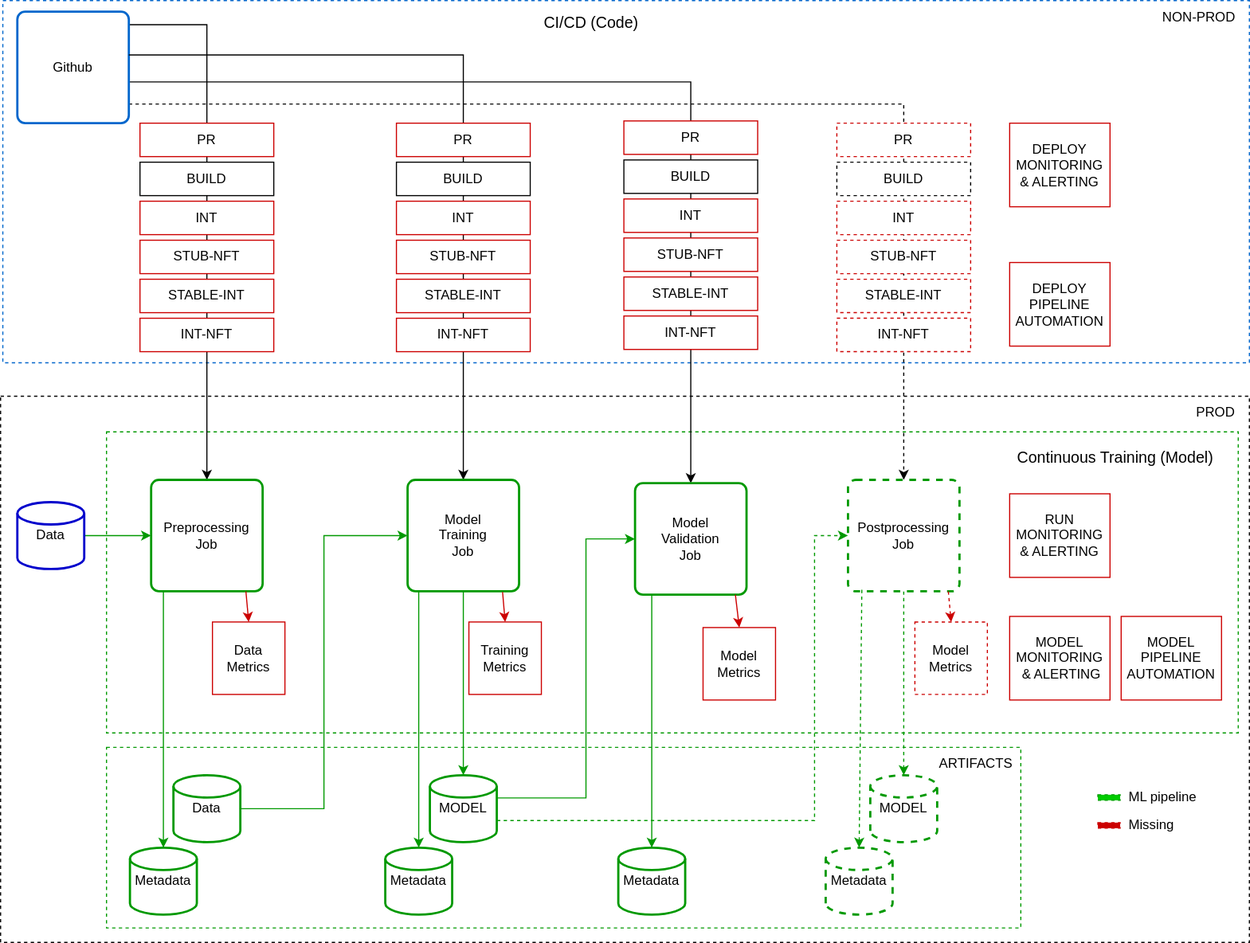
Above: mlops-concepts-cdct.svg in adriangay/my-drawio-diagrams (draw.io), before the change. Source tidied: cells renumbered, new cells last; positions are measured from the earlier drawing's top-left corner, leaving out a move shared by most shapes.
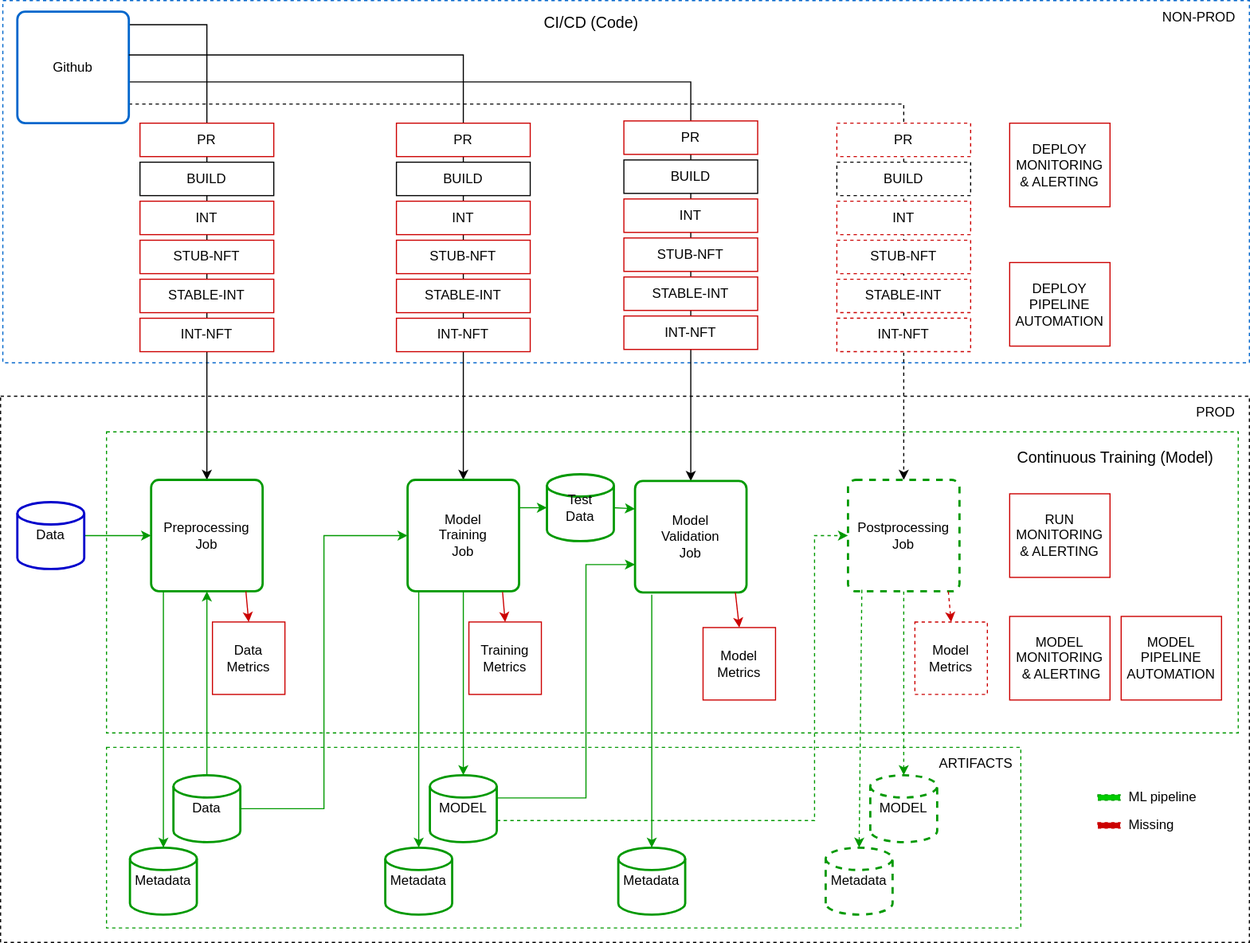
The same file after the commit.

Diff of the diagram source:
```diff
@@ -49,7 +49,7 @@
       <mxGeometry x="365" y="430" width="100" height="100" as="geometry" />
     </mxCell>
     <mxCell id="16" value="Model&lt;br&gt;Validation&lt;br&gt;Job" style="rounded=1;whiteSpace=wrap;html=1;absoluteArcSize=1;arcSize=14;strokeWidth=2;strokeColor=#009900;" parent="1" vertex="1">
-      <mxGeometry x="569" y="433" width="100" height="100" as="geometry" />
+      <mxGeometry x="569" y="431" width="100" height="100" as="geometry" />
     </mxCell>
     <mxCell id="17" style="edgeStyle=orthogonalEdgeStyle;rounded=0;jettySize=auto;html=1;exitX=0.5;exitY=1;exitDx=0;exitDy=0;entryX=0.5;entryY=0;entryDx=0;entryDy=0;strokeColor=#009900;entryPerimeter=0;dashed=1;" parent="1" edge="1" source="18" target="49">
       <mxGeometry relative="1" as="geometry" />
@@ -141,6 +141,9 @@
     <mxCell id="46" value="INT-NFT" style="rounded=0;whiteSpace=wrap;html=1;strokeColor=#CC0000;dashed=1;" parent="1" vertex="1">
       <mxGeometry x="750" y="285" width="120" height="30" as="geometry" />
     </mxCell>
+    <mxCell id="79" style="edgeStyle=orthogonalEdgeStyle;rounded=0;jettySize=auto;html=1;exitX=0.5;exitY=0;exitDx=0;exitDy=0;exitPerimeter=0;entryX=0.5;entryY=1;entryDx=0;entryDy=0;startArrow=none;startFill=0;endArrow=classic;endFill=1;strokeColor=#009900;" parent="1" edge="1" source="47" target="12">
+      <mxGeometry relative="1" as="geometry" />
+    </mxCell>
     <mxCell id="47" value="Data" style="strokeWidth=2;html=1;shape=mxgraph.flowchart.database;whiteSpace=wrap;strokeColor=#009900;" parent="1" vertex="1">
       <mxGeometry x="155" y="695" width="60" height="60" as="geometry" />
     </mxCell>
@@ -153,10 +156,10 @@
     <mxCell id="50" value="MODEL" style="strokeWidth=2;html=1;shape=mxgraph.flowchart.database;whiteSpace=wrap;strokeColor=#009900;" parent="1" vertex="1">
       <mxGeometry x="385" y="695" width="60" height="60" as="geometry" />
     </mxCell>
-    <mxCell id="51" style="edgeStyle=orthogonalEdgeStyle;rounded=0;jettySize=auto;html=1;exitX=0;exitY=0.5;exitDx=0;exitDy=0;strokeColor=#009900;startArrow=classic;startFill=1;endArrow=none;endFill=0;entryX=0.997;entryY=0.339;entryDx=0;entryDy=0;entryPerimeter=0;" parent="1" edge="1" source="16" target="50">
+    <mxCell id="51" style="edgeStyle=orthogonalEdgeStyle;rounded=0;jettySize=auto;html=1;exitX=0;exitY=0.75;exitDx=0;exitDy=0;strokeColor=#009900;startArrow=classic;startFill=1;endArrow=none;endFill=0;entryX=0.997;entryY=0.339;entryDx=0;entryDy=0;entryPerimeter=0;" parent="1" edge="1" source="16" target="50">
       <mxGeometry relative="1" as="geometry">
         <Array as="points">
-          <mxPoint x="525" y="483" />
+          <mxPoint x="525" y="506" />
           <mxPoint x="525" y="715" />
         </Array>
       </mxGeometry>
@@ -257,5 +260,14 @@
     <mxCell id="78" style="rounded=0;whiteSpace=wrap;html=1;dashed=1;strokeColor=#009900;align=left;fillColor=#00CC00;" parent="1" vertex="1">
       <mxGeometry x="984.1" y="712.5" width="20" height="5" as="geometry" />
     </mxCell>
+    <mxCell id="80" value="Test&lt;br&gt;Data" style="strokeWidth=2;html=1;shape=mxgraph.flowchart.database;whiteSpace=wrap;strokeColor=#009900;" parent="1" vertex="1">
+      <mxGeometry x="490" y="425" width="60" height="60" as="geometry" />
+    </mxCell>
+    <mxCell id="81" style="endArrow=classic;html=1;strokeColor=#009900;exitX=1;exitY=0.25;exitDx=0;exitDy=0;entryX=0;entryY=0.5;entryDx=0;entryDy=0;entryPerimeter=0;" parent="1" edge="1" source="15" target="80">
+      <mxGeometry relative="1" as="geometry" />
+    </mxCell>
+    <mxCell id="82" style="endArrow=classic;html=1;strokeColor=#009900;exitX=1;exitY=0.5;exitDx=0;exitDy=0;exitPerimeter=0;entryX=0;entryY=0.25;entryDx=0;entryDy=0;" parent="1" edge="1" source="80" target="16">
+      <mxGeometry relative="1" as="geometry" />
+    </mxCell>
   </root>
 </mxGraphModel>
```
